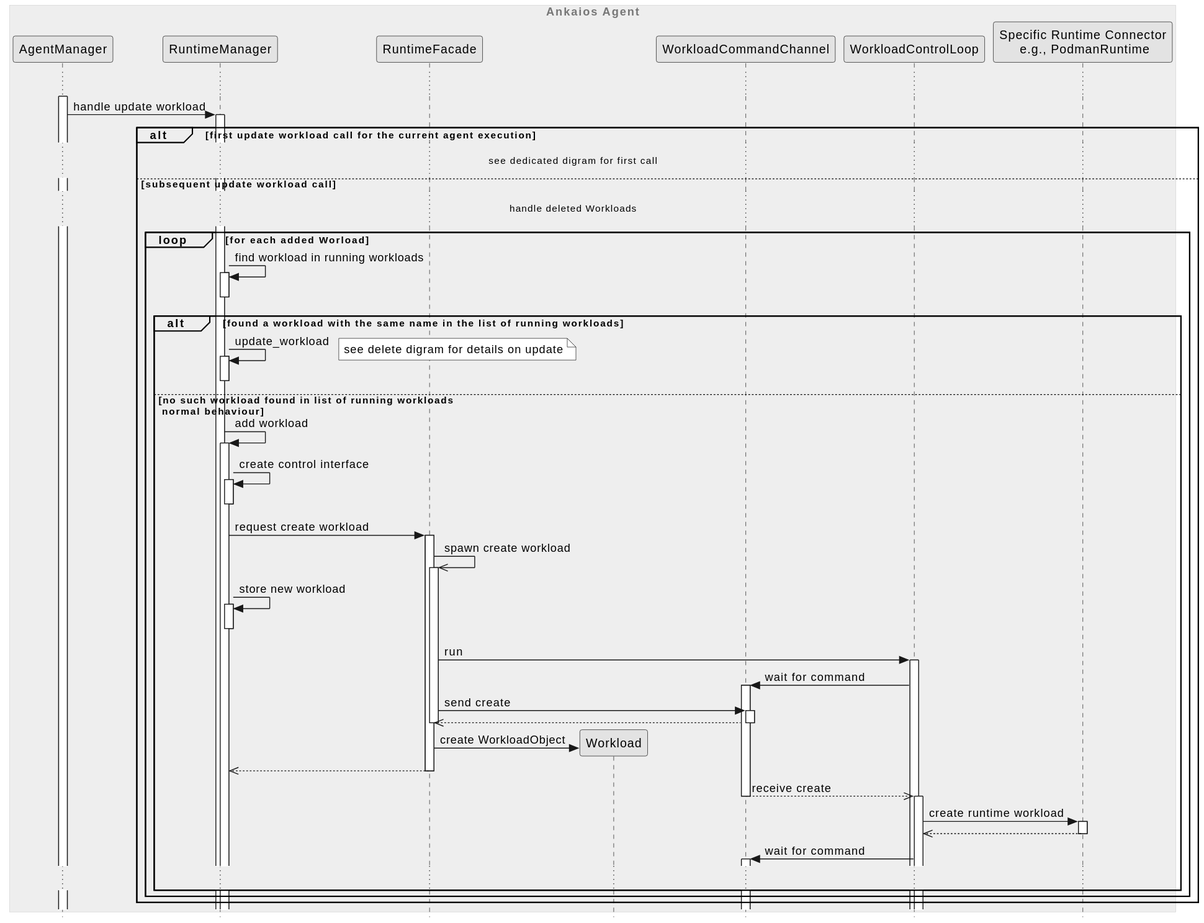
Earlier version of the PlantUML export agent/doc/swdesign/plantuml/seq_update_workload_subsequent_added.svg (eclipse-ankaios/ankaios).
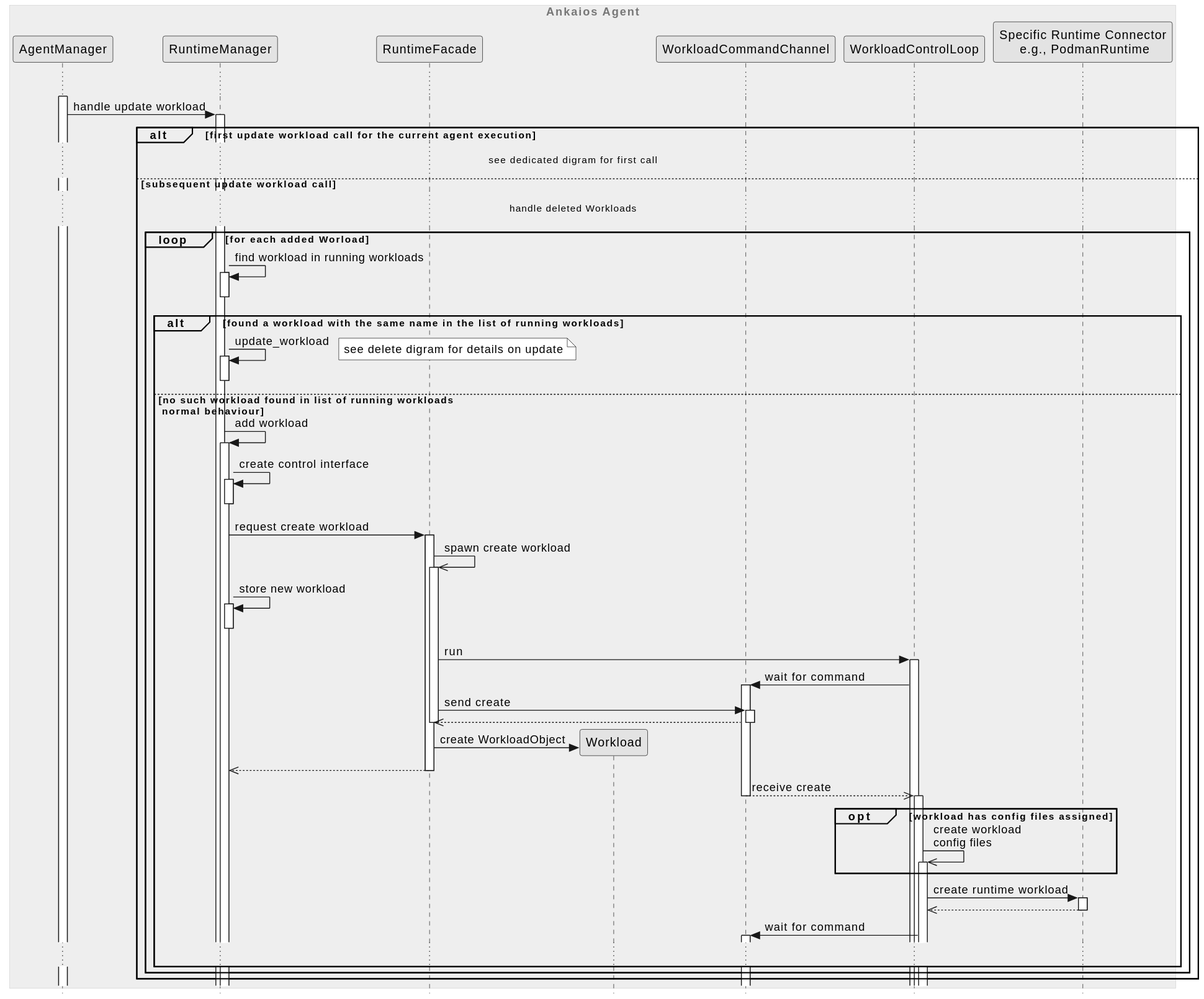
Later version of the same file.

Diff of the diagram source:
```diff
@@ -50,6 +50,9 @@
             rt_facade -->> runtime_manager --
 
             workload_command -->> workload_control_loop --++: receive create
+            opt workload has config files assigned
+                workload_control_loop ->> workload_control_loop++: create workload\nconfig files
+            end
 
             workload_control_loop -> runtime++: create runtime workload
             runtime -->> workload_control_loop --
```
